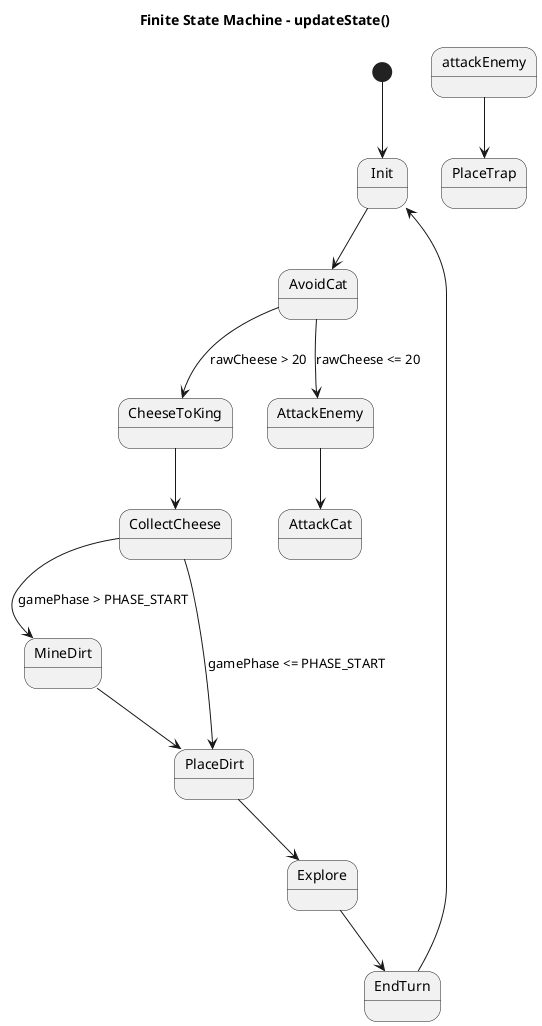
Louis-max-H/bc26 keeps this PlantUML diagram as src/current/finitStateMachine.png. Above is the earlier version. Its diagram source:
```plantuml
@startuml
title Finite State Machine - updateState()

[*] --> Init

Init --> AvoidCat

AvoidCat --> CheeseToKing : rawCheese > 20
AvoidCat --> AttackEnemy : rawCheese <= 20

AttackEnemy --> AttackCat
attackEnemy --> PlaceTrap

CheeseToKing --> CollectCheese

CollectCheese --> MineDirt : gamePhase > PHASE_START
CollectCheese --> PlaceDirt : gamePhase <= PHASE_START

MineDirt --> PlaceDirt
PlaceDirt --> Explore
Explore --> EndTurn
EndTurn --> Init

@enduml
```
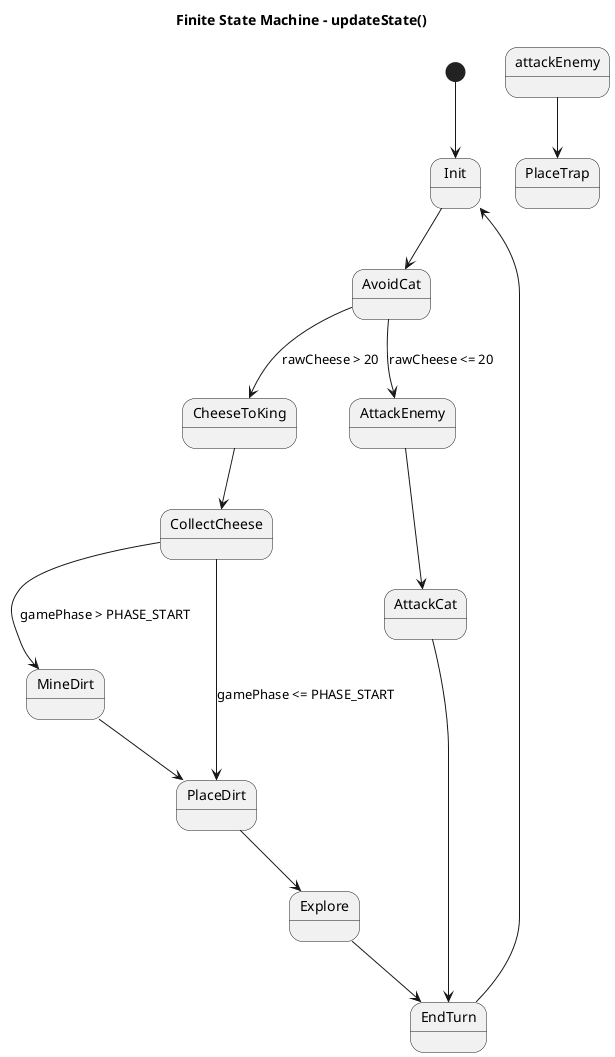
Later version of the same file.

Commit message:
Fix uml + state

The edit, as a diff of the source:
```diff
@@ -20,5 +20,6 @@
 PlaceDirt --> Explore
 Explore --> EndTurn
 EndTurn --> Init
+AttackCat --> EndTurn
 
 @enduml
```
